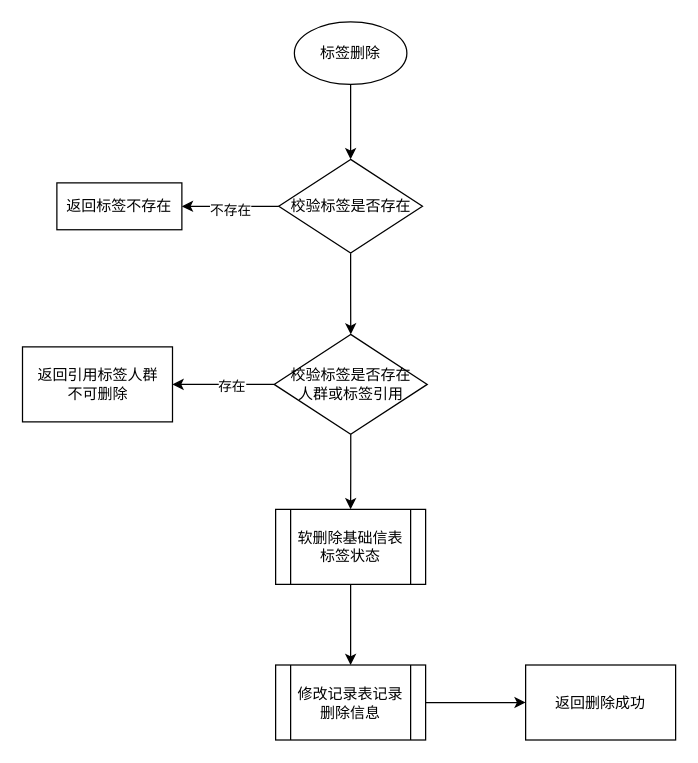
Before: 标签删除流程图.drawio in 1418956397/JavaWeb-Project-Source-Share, a draw.io diagram. Source tidied: cells renumbered, new cells numbered last; positions are measured from the earlier drawing's top-left corner, leaving out a move shared by most shapes. Both pictures are drawn from the tidied source at 125%, with x=0, y=0 at pixel (21, 21).
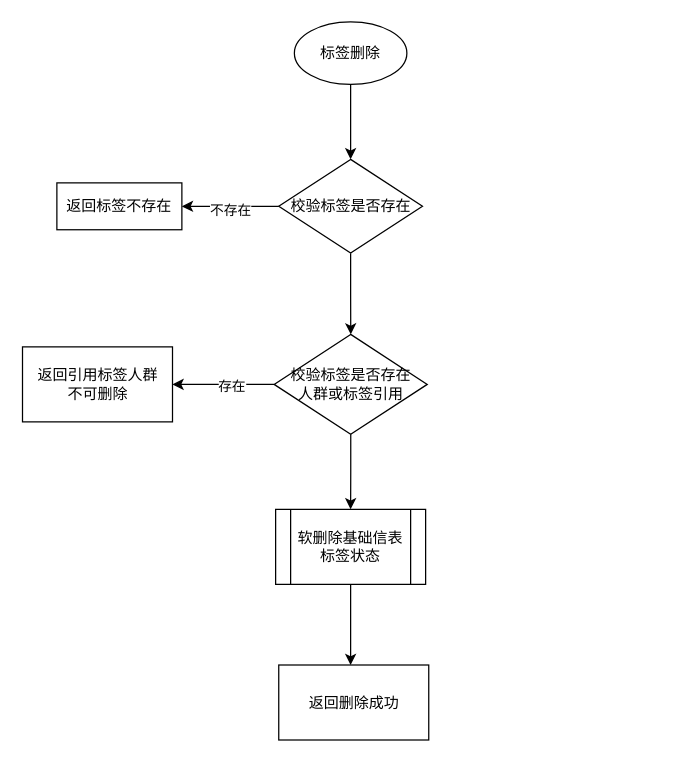
The same page after the edit.

Commit message:
更新标签删除流程图.drawio

The edit, as a diff of the source:
```diff
@@
 <mxGraphModel>
   <root>
     <mxCell id="0" />
     <mxCell id="1" parent="0" />
     <mxCell id="2" style="edgeStyle=orthogonalEdgeStyle;rounded=0;jettySize=auto;html=1;" parent="1" edge="1" source="3" target="7">
       <mxGeometry relative="1" as="geometry" />
     </mxCell>
     <mxCell id="3" value="标签删除" style="ellipse;whiteSpace=wrap;html=1;" parent="1" vertex="1">
       <mxGeometry x="218" width="90" height="50" as="geometry" />
     </mxCell>
     <mxCell id="4" style="edgeStyle=orthogonalEdgeStyle;rounded=0;jettySize=auto;html=1;" parent="1" edge="1" source="7" target="8">
       <mxGeometry relative="1" as="geometry" />
     </mxCell>
     <mxCell id="5" value="不存在" style="edgeLabel;html=1;align=center;verticalAlign=middle;" parent="4" vertex="1">
       <mxGeometry y="3" relative="1" as="geometry" />
     </mxCell>
     <mxCell id="6" style="edgeStyle=orthogonalEdgeStyle;rounded=0;jettySize=auto;html=1;" parent="1" edge="1" source="7" target="12">
       <mxGeometry relative="1" as="geometry" />
     </mxCell>
     <mxCell id="7" value="校验标签是否存在" style="rhombus;whiteSpace=wrap;html=1;" parent="1" vertex="1">
       <mxGeometry x="205.5" y="110" width="115" height="75" as="geometry" />
     </mxCell>
     <mxCell id="8" value="返回标签不存在" style="whiteSpace=wrap;html=1;" parent="1" vertex="1">
       <mxGeometry x="28" y="128.8" width="100" height="37.5" as="geometry" />
     </mxCell>
     <mxCell id="9" style="edgeStyle=orthogonalEdgeStyle;rounded=0;jettySize=auto;html=1;" parent="1" edge="1" source="12" target="13">
       <mxGeometry relative="1" as="geometry" />
     </mxCell>
     <mxCell id="10" value="存在" style="edgeLabel;html=1;align=center;verticalAlign=middle;" parent="9" vertex="1">
       <mxGeometry x="-0.17" y="1" relative="1" as="geometry" />
     </mxCell>
     <mxCell id="11" style="edgeStyle=orthogonalEdgeStyle;rounded=0;jettySize=auto;html=1;" parent="1" edge="1" source="12" target="15">
       <mxGeometry relative="1" as="geometry" />
     </mxCell>
     <mxCell id="12" value="校验标签是否存在&lt;div&gt;人群或标签引用&lt;/div&gt;" style="rhombus;whiteSpace=wrap;html=1;" parent="1" vertex="1">
       <mxGeometry x="201.8" y="250" width="122.5" height="80" as="geometry" />
     </mxCell>
     <mxCell id="13" value="返回引用标签人群&lt;div&gt;不可删除&lt;/div&gt;" style="whiteSpace=wrap;html=1;" parent="1" vertex="1">
       <mxGeometry x="0.5" y="260" width="120" height="60" as="geometry" />
     </mxCell>
-    <mxCell id="14" style="edgeStyle=orthogonalEdgeStyle;rounded=0;jettySize=auto;html=1;" parent="1" edge="1" source="15" target="17">
-      <mxGeometry relative="1" as="geometry" />
+    <mxCell id="14" style="edgeStyle=orthogonalEdgeStyle;rounded=0;jettySize=auto;html=1;" parent="1" edge="1" source="15">
+      <mxGeometry relative="1" as="geometry">
+        <mxPoint x="263" y="514.5" as="targetPoint" />
+      </mxGeometry>
     </mxCell>
     <mxCell id="15" value="软删除基础信表&lt;div&gt;标签状态&lt;/div&gt;" style="shape=process;whiteSpace=wrap;html=1;backgroundOutline=1;" parent="1" vertex="1">
       <mxGeometry x="203" y="390" width="120" height="60" as="geometry" />
     </mxCell>
-    <mxCell id="16" style="edgeStyle=orthogonalEdgeStyle;rounded=0;jettySize=auto;html=1;" parent="1" edge="1" source="17" target="18">
-      <mxGeometry relative="1" as="geometry" />
-    </mxCell>
-    <mxCell id="17" value="修改记录表记录&lt;div&gt;删除信息&lt;/div&gt;" style="shape=process;whiteSpace=wrap;html=1;backgroundOutline=1;" parent="1" vertex="1">
-      <mxGeometry x="203" y="514.5" width="120" height="60" as="geometry" />
-    </mxCell>
     <mxCell id="18" value="返回删除成功" style="whiteSpace=wrap;html=1;" parent="1" vertex="1">
-      <mxGeometry x="403" y="514.5" width="120" height="60" as="geometry" />
+      <mxGeometry x="205.5" y="514.5" width="120" height="60" as="geometry" />
     </mxCell>
   </root>
 </mxGraphModel>
```
